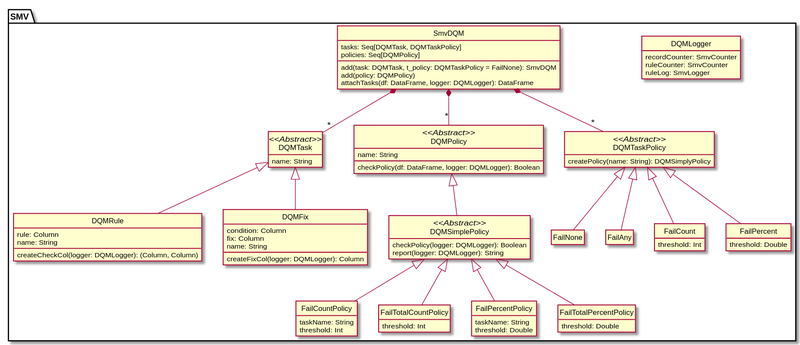
Before: docs/design/SmvDQM/SmvDQM.svg, a diagram exported from PlantUML (TresAmigosSD/SMV). Its source is kept beside it as docs/design/SmvDQM/SmvDQM.puml.
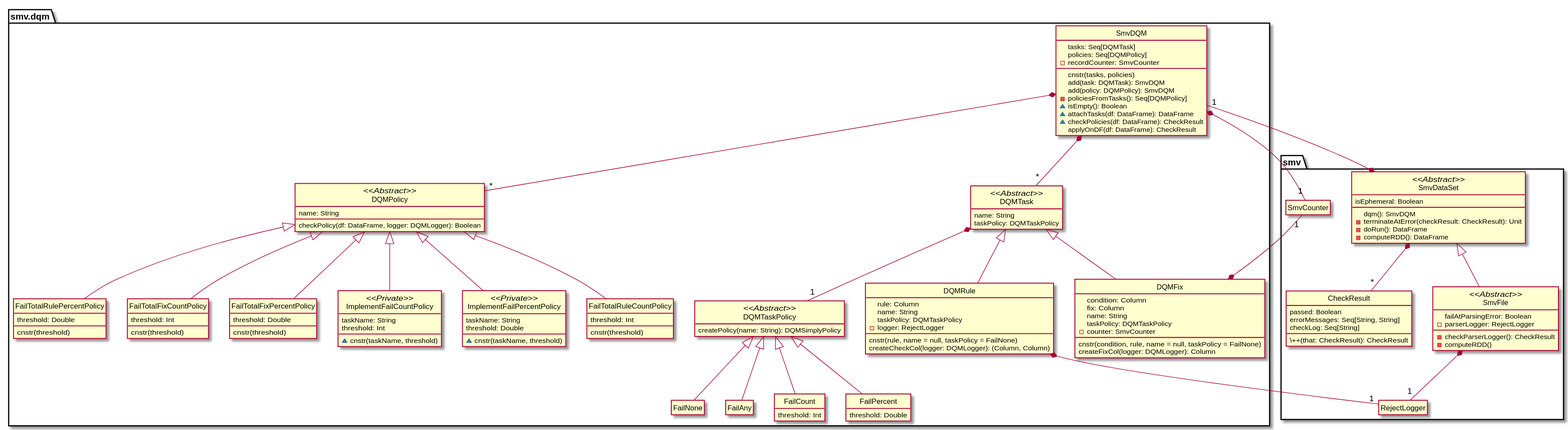
After the commit.

Commit message:
Updating SmvDQM design md and puml files

What changed in the source:
```diff
@@ -3,20 +3,90 @@
 hide empty fields
 hide circle
 
-package SMV {
-  class DQMLogger {
-    recordCounter: SmvCounter
-    ruleCounter: SmvCounter
-    ruleLog: SmvLogger
+namespace smv {
+  class SmvDataSet <<Abstract>> {
+    isEphemeral: Boolean
+    dqm(): SmvDQM
+    -terminateAtError(checkResult: CheckResult): Unit
+    -doRun(): DataFrame
+    -computeRDD(): DataFrame
+  }
+
+  class CheckResult {
+    passed: Boolean
+    errorMessages: Seq[String, String]
+    checkLog: Seq[String]
+    \++(that: CheckResult): CheckResult
+  }
+
+  class SmvFile <<Abstract>> extends SmvDataSet {
+    failAtParsingError: Boolean
+    -parserLogger: RejectLogger
+    -checkParserLogger(): CheckResult
+    -computeRDD()
+  }
+
+  class RejectLogger {
+  }
+
+  class SmvCounter {
+  }
+
+  SmvDataSet *-- "1" smv.dqm.SmvDQM
+  SmvDataSet *-- "*" CheckResult
+  SmvFile *-- "1" RejectLogger
+}
+
+namespace smv.dqm {
+
+  class DQMPolicy <<Abstract>>{
+    name: String
+    checkPolicy(df: DataFrame, logger: DQMLogger): Boolean
+  }
+
+  class ImplementFailCountPolicy <<Private>> extends DQMPolicy {
+    taskName: String
+    threshold: Int
+    ~cnstr(taskName, threshold)
+  }
+
+  class ImplementFailPercentPolicy <<Private>> extends DQMPolicy {
+    taskName: String
+    threshold: Double
+    ~cnstr(taskName, threshold)
+  }
+
+  class FailTotalRuleCountPolicy extends DQMPolicy {
+    threshold: Int
+    cnstr(threshold)
+  }
+
+  class FailTotalRulePercentPolicy extends DQMPolicy {
+    threshold: Double
+    cnstr(threshold)
+  }
+
+  class FailTotalFixCountPolicy extends DQMPolicy {
+    threshold: Int
+    cnstr(threshold)
+  }
+
+  class FailTotalFixPercentPolicy extends DQMPolicy {
+    threshold: Double
+    cnstr(threshold)
   }
 
   class DQMTask <<Abstract>> {
     name: String
+    taskPolicy: DQMTaskPolicy
   }
 
   class DQMRule extends DQMTask {
     rule: Column
     name: String
+    taskPolicy: DQMTaskPolicy
+    -logger: RejectLogger
+    cnstr(rule, name = null, taskPolicy = FailNone)
     createCheckCol(logger: DQMLogger): (Column, Column)
   }
 
@@ -24,35 +94,10 @@
     condition: Column
     fix: Column
     name: String
+    taskPolicy: DQMTaskPolicy
+    -counter: SmvCounter
+    cnstr(condition, rule, name = null, taskPolicy = FailNone)
     createFixCol(logger: DQMLogger): Column
-  }
-
-  class DQMPolicy <<Abstract>>{
-    name: String
-    checkPolicy(df: DataFrame, logger: DQMLogger): Boolean
-  }
-
-  class DQMSimplePolicy <<Abstract>> extends DQMPolicy {
-    checkPolicy(logger: DQMLogger): Boolean
-    report(logger: DQMLogger): String
-  }
-
-  class FailCountPolicy extends DQMSimplePolicy {
-    taskName: String
-    threshold: Int
-  }
-
-  class FailTotalCountPolicy extends DQMSimplePolicy {
-    threshold: Int
-  }
-
-  class FailPercentPolicy extends DQMSimplePolicy {
-    taskName: String
-    threshold: Double
-  }
-
-  class FailTotalPercentPolicy extends DQMSimplePolicy {
-    threshold: Double
   }
 
   class DQMTaskPolicy <<Abstract>> {
@@ -69,17 +114,26 @@
   }
 
   class SmvDQM {
-    tasks: Seq[DQMTask, DQMTaskPolicy]
+    tasks: Seq[DQMTask]
     policies: Seq[DQMPolicy]
-    add(task: DQMTask, t_policy: DQMTaskPolicy = FailNone): SmvDQM
-    add(policy: DQMPolicy)
-    attachTasks(df: DataFrame, logger: DQMLogger): DataFrame
+    -recordCounter: SmvCounter
+    cnstr(tasks, policies)
+    add(task: DQMTask): SmvDQM
+    add(policy: DQMPolicy): SmvDQM
+    -policiesFromTasks(): Seq[DQMPolicy]
+    ~isEmpty(): Boolean
+    ~attachTasks(df: DataFrame): DataFrame
+    ~checkPolicies(df: DataFrame): CheckResult
+    applyOnDF(df: DataFrame): CheckResult
   }
 
   SmvDQM *-- "*" DQMTask
-  SmvDQM *-- "*" DQMTaskPolicy
   SmvDQM *-- "*" DQMPolicy
-
+  DQMTask *-- "1" DQMTaskPolicy
 }
 
+smv.dqm.DQMRule *-- "1" smv.RejectLogger
+smv.dqm.DQMFix *-- "1" smv.SmvCounter
+smv.dqm.SmvDQM *-- "1" smv.SmvCounter
+
 @enduml
```
